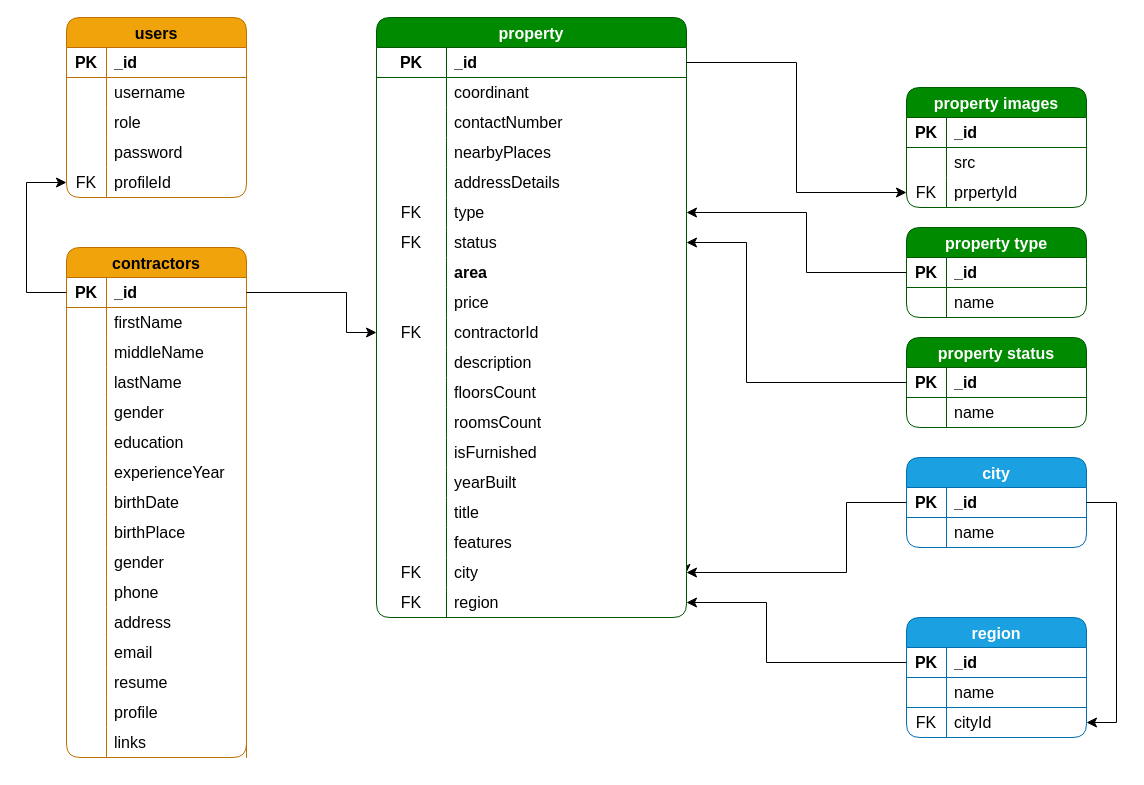
diyar-direk/real-state-apis keeps this draw.io diagram as ERDS.dio. Above is the earlier version. Source tidied: cells renumbered, new cells numbered last; positions are measured from the earlier drawing's top-left corner, leaving out a move shared by most shapes. Both pictures are drawn from the tidied source at 100%, with x=0, y=0 at pixel (26, 17).
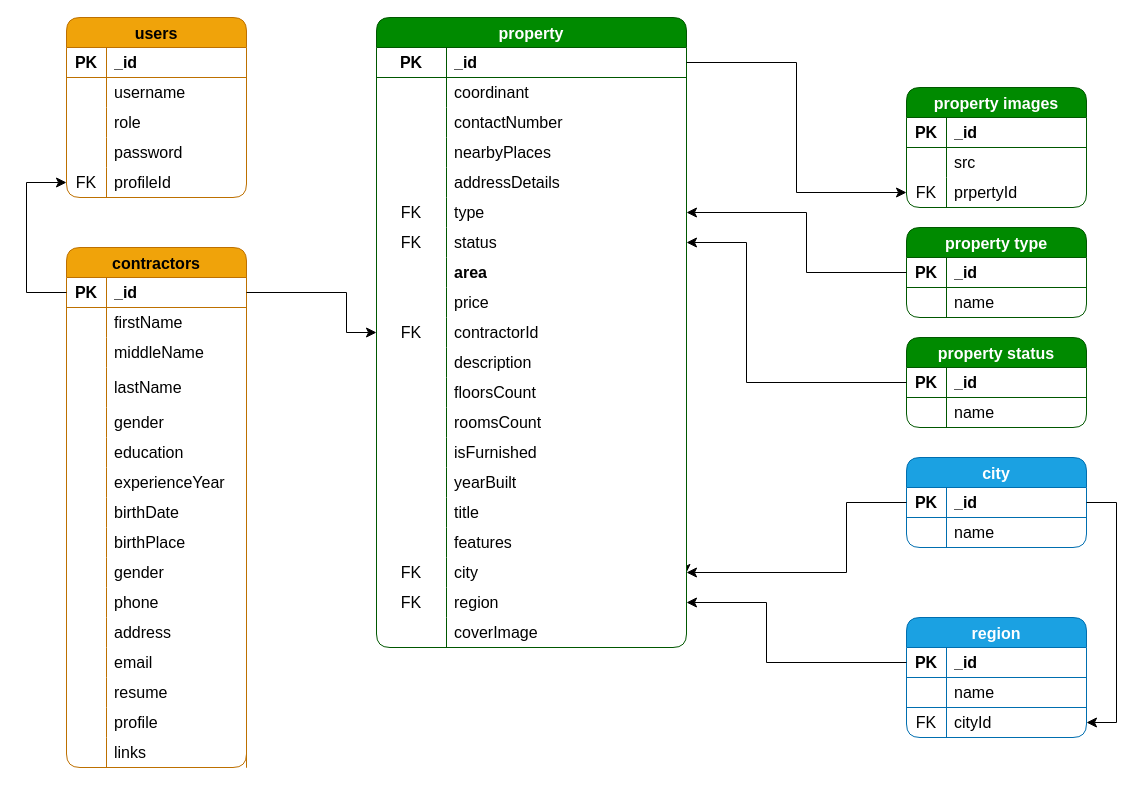
After the change.

The edit, as a diff of the source:
```diff
@@
     <mxCell id="36" value="property" style="shape=table;startSize=30;childLayout=tableLayout;rowLines=0;fontStyle=1;strokeColor=#005700;fontSize=16;fillColor=#008a00;swimlaneFillColor=default;rounded=1;swimlaneLine=1;shadow=0;columnLines=1;arcSize=15;fontColor=#FFFFFF;" parent="1" vertex="1">
-      <mxGeometry x="350" width="310" height="600" as="geometry" />
+      <mxGeometry x="350" width="310" height="630" as="geometry" />
     </mxCell>
@@
+    <mxCell id="185" style="shape=tableRow;horizontal=0;startSize=0;swimlaneHead=0;swimlaneBody=0;top=0;left=0;bottom=0;right=0;fillColor=none;strokeColor=inherit;fontSize=16;" parent="36" vertex="1">
+      <mxGeometry y="600" width="310" height="30" as="geometry" />
+    </mxCell>
+    <mxCell id="186" style="shape=partialRectangle;html=1;whiteSpace=wrap;fillColor=none;top=0;left=0;bottom=0;right=0;overflow=hidden;strokeColor=inherit;fontSize=16;" parent="185" vertex="1">
+      <mxGeometry width="70" height="30" as="geometry" />
+    </mxCell>
+    <mxCell id="187" value="coverImage" style="shape=partialRectangle;html=1;whiteSpace=wrap;fillColor=none;top=0;left=0;bottom=0;right=0;align=left;spacingLeft=6;overflow=hidden;strokeColor=inherit;fontSize=16;labelBackgroundColor=none;labelBorderColor=none;textShadow=0;fontStyle=0;" parent="185" vertex="1">
+      <mxGeometry x="70" width="240" height="30" as="geometry" />
+    </mxCell>
@@
     <mxCell id="95" value="contractors" style="shape=table;startSize=30;childLayout=tableLayout;rowLines=0;fontStyle=1;strokeColor=#BD7000;fontSize=16;fillColor=#f0a30a;swimlaneFillColor=default;rounded=1;swimlaneLine=1;shadow=0;columnLines=1;arcSize=15;fontColor=default;" parent="1" vertex="1">
-      <mxGeometry x="40" y="230" width="180" height="510" as="geometry" />
+      <mxGeometry x="40" y="230" width="180" height="520" as="geometry" />
     </mxCell>
@@
     <mxCell id="105" style="shape=tableRow;horizontal=0;startSize=0;swimlaneHead=0;swimlaneBody=0;top=0;left=0;bottom=0;right=0;fillColor=none;strokeColor=inherit;fontSize=16;" parent="95" vertex="1">
-      <mxGeometry y="120" width="180" height="30" as="geometry" />
+      <mxGeometry y="120" width="180" height="40" as="geometry" />
     </mxCell>
     <mxCell id="106" style="shape=partialRectangle;html=1;whiteSpace=wrap;fillColor=none;top=0;left=0;bottom=0;right=0;overflow=hidden;strokeColor=inherit;fontSize=16;" parent="105" vertex="1">
-      <mxGeometry width="40" height="30" as="geometry" />
+      <mxGeometry width="40" height="40" as="geometry" />
     </mxCell>
     <mxCell id="107" value="lastName" style="shape=partialRectangle;html=1;whiteSpace=wrap;fillColor=none;top=0;left=0;bottom=0;right=0;align=left;spacingLeft=6;overflow=hidden;strokeColor=inherit;fontSize=16;labelBackgroundColor=none;labelBorderColor=none;textShadow=0;fontStyle=0;" parent="105" vertex="1">
-      <mxGeometry x="40" width="140" height="30" as="geometry" />
+      <mxGeometry x="40" width="140" height="40" as="geometry" />
     </mxCell>
     <mxCell id="108" style="shape=tableRow;horizontal=0;startSize=0;swimlaneHead=0;swimlaneBody=0;top=0;left=0;bottom=0;right=0;fillColor=none;strokeColor=inherit;fontSize=16;" parent="95" vertex="1">
-      <mxGeometry y="150" width="180" height="30" as="geometry" />
+      <mxGeometry y="160" width="180" height="30" as="geometry" />
     </mxCell>
@@
     <mxCell id="111" style="shape=tableRow;horizontal=0;startSize=0;swimlaneHead=0;swimlaneBody=0;top=0;left=0;bottom=0;right=0;fillColor=none;strokeColor=inherit;fontSize=16;" parent="95" vertex="1">
-      <mxGeometry y="180" width="180" height="30" as="geometry" />
+      <mxGeometry y="190" width="180" height="30" as="geometry" />
     </mxCell>
@@
     <mxCell id="114" style="shape=tableRow;horizontal=0;startSize=0;swimlaneHead=0;swimlaneBody=0;top=0;left=0;bottom=0;right=0;fillColor=none;strokeColor=inherit;fontSize=16;" parent="95" vertex="1">
-      <mxGeometry y="210" width="180" height="30" as="geometry" />
+      <mxGeometry y="220" width="180" height="30" as="geometry" />
     </mxCell>
@@
     <mxCell id="117" style="shape=tableRow;horizontal=0;startSize=0;swimlaneHead=0;swimlaneBody=0;top=0;left=0;bottom=0;right=0;fillColor=none;strokeColor=inherit;fontSize=16;" parent="95" vertex="1">
-      <mxGeometry y="240" width="180" height="30" as="geometry" />
+      <mxGeometry y="250" width="180" height="30" as="geometry" />
     </mxCell>
@@
     <mxCell id="120" style="shape=tableRow;horizontal=0;startSize=0;swimlaneHead=0;swimlaneBody=0;top=0;left=0;bottom=0;right=0;fillColor=none;strokeColor=inherit;fontSize=16;" parent="95" vertex="1">
-      <mxGeometry y="270" width="180" height="30" as="geometry" />
+      <mxGeometry y="280" width="180" height="30" as="geometry" />
     </mxCell>
@@
     <mxCell id="123" style="shape=tableRow;horizontal=0;startSize=0;swimlaneHead=0;swimlaneBody=0;top=0;left=0;bottom=0;right=0;fillColor=none;strokeColor=inherit;fontSize=16;" parent="95" vertex="1">
-      <mxGeometry y="300" width="180" height="30" as="geometry" />
+      <mxGeometry y="310" width="180" height="30" as="geometry" />
     </mxCell>
@@
     <mxCell id="126" style="shape=tableRow;horizontal=0;startSize=0;swimlaneHead=0;swimlaneBody=0;top=0;left=0;bottom=0;right=0;fillColor=none;strokeColor=inherit;fontSize=16;" parent="95" vertex="1">
-      <mxGeometry y="330" width="180" height="30" as="geometry" />
+      <mxGeometry y="340" width="180" height="30" as="geometry" />
     </mxCell>
@@
     <mxCell id="129" style="shape=tableRow;horizontal=0;startSize=0;swimlaneHead=0;swimlaneBody=0;top=0;left=0;bottom=0;right=0;fillColor=none;strokeColor=inherit;fontSize=16;" parent="95" vertex="1">
-      <mxGeometry y="360" width="180" height="30" as="geometry" />
+      <mxGeometry y="370" width="180" height="30" as="geometry" />
     </mxCell>
@@
-    <mxCell id="132" value="sections" style="shape=table;startSize=30;childLayout=tableLayout;rowLines=0;fontStyle=1;strokeColor=#B20000;fontSize=16;fillColor=#e51400;swimlaneFillColor=default;rounded=1;swimlaneLine=1;shadow=0;columnLines=1;arcSize=15;fontColor=#ffffff;" parent="129" vertex="1">
+    <mxCell id="132" style="shape=table;startSize=30;childLayout=tableLayout;rowLines=0;fontStyle=1;strokeColor=#B20000;fontSize=16;fillColor=#e51400;swimlaneFillColor=default;rounded=1;swimlaneLine=1;shadow=0;columnLines=1;arcSize=15;fontColor=#ffffff;" parent="129" vertex="1">
       <mxGeometry x="180" height="30" as="geometry" />
     </mxCell>
@@
     <mxCell id="134" style="shape=tableRow;horizontal=0;startSize=0;swimlaneHead=0;swimlaneBody=0;top=0;left=0;bottom=0;right=0;fillColor=none;strokeColor=inherit;fontSize=16;" parent="95" vertex="1">
-      <mxGeometry y="390" width="180" height="30" as="geometry" />
+      <mxGeometry y="400" width="180" height="30" as="geometry" />
     </mxCell>
@@
     <mxCell id="139" style="shape=tableRow;horizontal=0;startSize=0;swimlaneHead=0;swimlaneBody=0;top=0;left=0;bottom=0;right=0;fillColor=none;strokeColor=inherit;fontSize=16;" parent="95" vertex="1">
-      <mxGeometry y="420" width="180" height="30" as="geometry" />
+      <mxGeometry y="430" width="180" height="30" as="geometry" />
     </mxCell>
@@
     <mxCell id="144" style="shape=tableRow;horizontal=0;startSize=0;swimlaneHead=0;swimlaneBody=0;top=0;left=0;bottom=0;right=0;fillColor=none;strokeColor=inherit;fontSize=16;" parent="95" vertex="1">
-      <mxGeometry y="450" width="180" height="30" as="geometry" />
+      <mxGeometry y="460" width="180" height="30" as="geometry" />
     </mxCell>
@@
     <mxCell id="149" style="shape=tableRow;horizontal=0;startSize=0;swimlaneHead=0;swimlaneBody=0;top=0;left=0;bottom=0;right=0;fillColor=none;strokeColor=inherit;fontSize=16;" parent="95" vertex="1">
-      <mxGeometry y="480" width="180" height="30" as="geometry" />
+      <mxGeometry y="490" width="180" height="30" as="geometry" />
     </mxCell>
```
